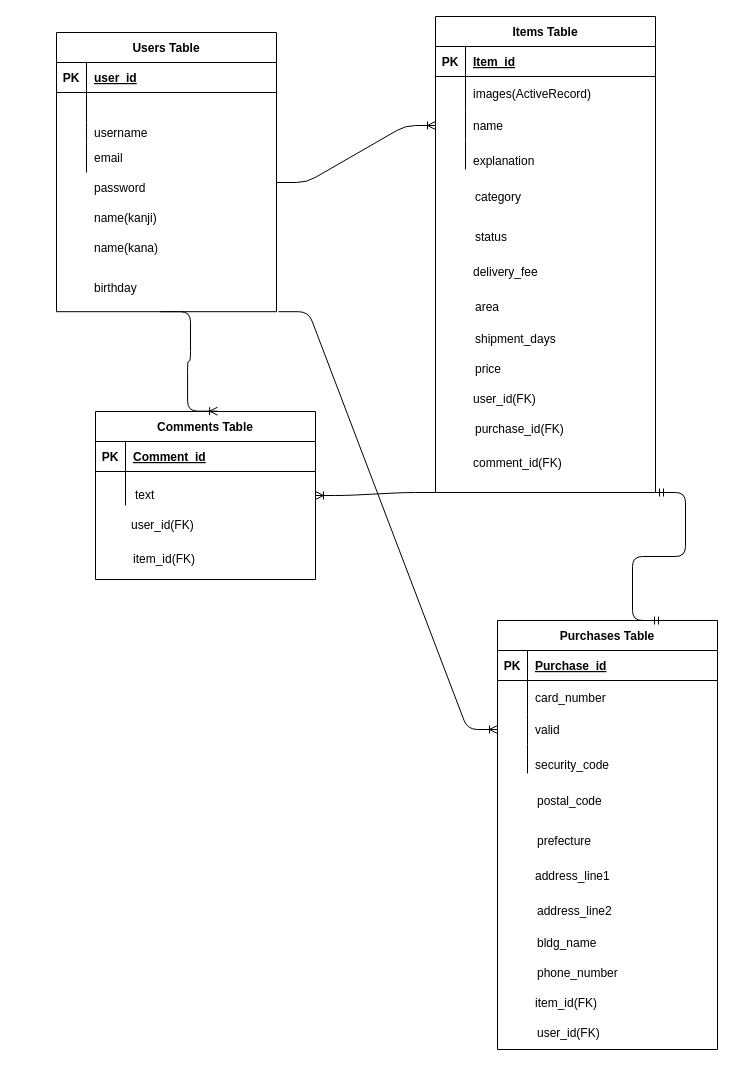
Before: furima.drawio in hiroonrails/furima-34323, a draw.io diagram. Source tidied: cells renumbered, new cells numbered last; positions are measured from the earlier drawing's top-left corner, leaving out a move shared by most shapes. Both pictures are drawn from the tidied source at 100%, with x=0, y=0 at pixel (56, 16).
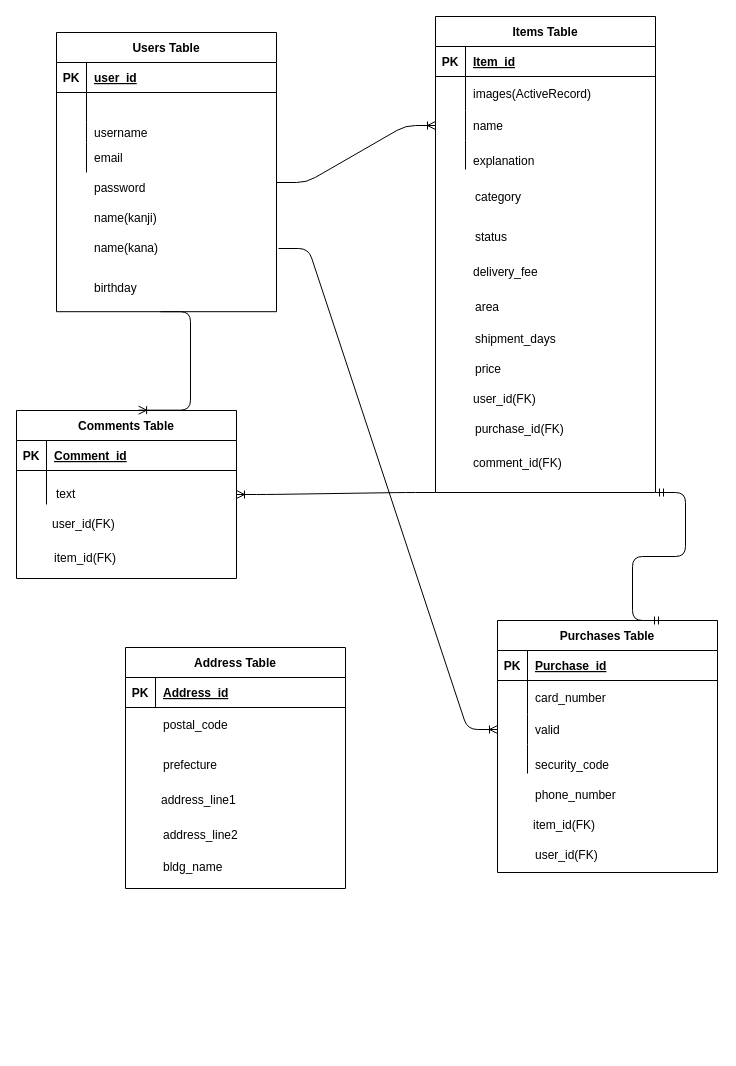
The same page after the edit.

Commit message (it also covers changes not shown here):
DB設計(修正後)

Unchanged cells that the change refers to:
```xml
<mxCell id="50" style="shape=partialRectangle;fillColor=none;top=0;left=0;bottom=0;right=0;points=[[0,0.5],[1,0.5]];portConstraint=eastwest;" parent="43" vertex="1">
  <mxGeometry y="94" width="220" height="30" as="geometry" />
</mxCell>
```

The edit, as a diff of the source:
```diff
@@
     <mxCell id="43" value="Purchases Table" style="shape=table;startSize=30;childLayout=tableLayout;rowLines=0;fontStyle=1;align=center;" parent="1" vertex="1">
-      <mxGeometry x="441" y="604" width="220" height="429" as="geometry" />
+      <mxGeometry x="441" y="604" width="220" height="252" as="geometry" />
     </mxCell>
@@
-    <mxCell id="58" value="postal_code" style="shape=partialRectangle;fillColor=none;top=0;left=0;bottom=0;right=0;align=left;spacingLeft=6;overflow=hidden;" parent="1" vertex="1">
-      <mxGeometry x="473" y="769" width="190" height="30" as="geometry" />
-    </mxCell>
-    <mxCell id="59" value="prefecture" style="shape=partialRectangle;fillColor=none;top=0;left=0;bottom=0;right=0;align=left;spacingLeft=6;overflow=hidden;" parent="1" vertex="1">
-      <mxGeometry x="473" y="809" width="190" height="30" as="geometry" />
-    </mxCell>
-    <mxCell id="60" value="address_line1" style="shape=partialRectangle;fillColor=none;top=0;left=0;bottom=0;right=0;align=left;spacingLeft=6;overflow=hidden;" parent="1" vertex="1">
-      <mxGeometry x="471" y="844.2" width="190" height="30" as="geometry" />
-    </mxCell>
-    <mxCell id="61" value="address_line2" style="shape=partialRectangle;fillColor=none;top=0;left=0;bottom=0;right=0;align=left;spacingLeft=6;overflow=hidden;" parent="1" vertex="1">
-      <mxGeometry x="473" y="879" width="190" height="30" as="geometry" />
-    </mxCell>
-    <mxCell id="62" value="bldg_name" style="shape=partialRectangle;fillColor=none;top=0;left=0;bottom=0;right=0;align=left;spacingLeft=6;overflow=hidden;" parent="1" vertex="1">
-      <mxGeometry x="473" y="911" width="190" height="30" as="geometry" />
-    </mxCell>
     <mxCell id="63" value="phone_number" style="shape=partialRectangle;fillColor=none;top=0;left=0;bottom=0;right=0;align=left;spacingLeft=6;overflow=hidden;" parent="1" vertex="1">
-      <mxGeometry x="473" y="941" width="190" height="30" as="geometry" />
+      <mxGeometry x="471" y="763" width="190" height="30" as="geometry" />
     </mxCell>
     <mxCell id="64" value="item_id(FK)" style="shape=partialRectangle;fillColor=none;top=0;left=0;bottom=0;right=0;align=left;spacingLeft=6;overflow=hidden;" parent="1" vertex="1">
-      <mxGeometry x="471" y="971" width="190" height="30" as="geometry" />
+      <mxGeometry x="469" y="793" width="190" height="30" as="geometry" />
     </mxCell>
     <mxCell id="65" value="user_id(FK)" style="shape=partialRectangle;fillColor=none;top=0;left=0;bottom=0;right=0;align=left;spacingLeft=6;overflow=hidden;" parent="1" vertex="1">
-      <mxGeometry x="473" y="1001" width="190" height="30" as="geometry" />
+      <mxGeometry x="471" y="823" width="190" height="30" as="geometry" />
     </mxCell>
     <mxCell id="66" value="Comments Table" style="shape=table;startSize=30;childLayout=tableLayout;rowLines=0;fontStyle=1;align=center;" parent="1" vertex="1">
-      <mxGeometry x="39" y="395" width="220" height="168" as="geometry" />
+      <mxGeometry x="-40" y="394" width="220" height="168" as="geometry" />
     </mxCell>
@@
     <mxCell id="73" value="user_id(FK)" style="shape=partialRectangle;fillColor=none;top=0;left=0;bottom=0;right=0;align=left;spacingLeft=6;overflow=hidden;" parent="1" vertex="1">
-      <mxGeometry x="67" y="493" width="190" height="30" as="geometry" />
+      <mxGeometry x="-12" y="492" width="190" height="30" as="geometry" />
     </mxCell>
@@
     <mxCell id="75" style="edgeStyle=entityRelationEdgeStyle;fontSize=12;html=1;endArrow=ERoneToMany;entryX=0;entryY=0.5;entryDx=0;entryDy=0;" parent="1" edge="1" target="50">
       <mxGeometry relative="1" as="geometry">
-        <mxPoint x="222" y="295.2" as="sourcePoint" />
+        <mxPoint x="222" y="232" as="sourcePoint" />
       </mxGeometry>
     </mxCell>
@@
     <mxCell id="79" value="item_id(FK)" style="shape=partialRectangle;fillColor=none;top=0;left=0;bottom=0;right=0;align=left;spacingLeft=6;overflow=hidden;" parent="1" vertex="1">
-      <mxGeometry x="69" y="527" width="190" height="30" as="geometry" />
+      <mxGeometry x="-10" y="526" width="190" height="30" as="geometry" />
     </mxCell>
     <mxCell id="80" value="text" style="shape=partialRectangle;fillColor=none;top=0;left=0;bottom=0;right=0;align=left;spacingLeft=6;overflow=hidden;" parent="1" vertex="1">
-      <mxGeometry x="71" y="461" width="190" height="34" as="geometry" />
+      <mxGeometry x="-8" y="460" width="190" height="34" as="geometry" />
     </mxCell>
+    <mxCell id="81" value="Address Table" style="shape=table;startSize=30;childLayout=tableLayout;rowLines=0;fontStyle=1;align=center;" parent="1" vertex="1">
+      <mxGeometry x="69" y="631" width="220" height="241" as="geometry" />
+    </mxCell>
+    <mxCell id="82" style="shape=partialRectangle;fillColor=none;top=0;left=0;bottom=1;right=0;" parent="81" vertex="1">
+      <mxGeometry y="30" width="220" height="30" as="geometry" />
+    </mxCell>
+    <mxCell id="83" value="PK" style="shape=partialRectangle;fillColor=none;top=0;left=0;bottom=0;right=0;fontStyle=1;overflow=hidden;" parent="82" vertex="1">
+      <mxGeometry width="30" height="30" as="geometry" />
+    </mxCell>
+    <mxCell id="84" value="Address_id" style="shape=partialRectangle;fillColor=none;top=0;left=0;bottom=0;right=0;align=left;spacingLeft=6;fontStyle=5;overflow=hidden;" parent="82" vertex="1">
+      <mxGeometry x="30" width="190" height="30" as="geometry" />
+    </mxCell>
+    <mxCell id="58" value="postal_code" style="shape=partialRectangle;fillColor=none;top=0;left=0;bottom=0;right=0;align=left;spacingLeft=6;overflow=hidden;" parent="1" vertex="1">
+      <mxGeometry x="99" y="693" width="190" height="30" as="geometry" />
+    </mxCell>
+    <mxCell id="59" value="prefecture" style="shape=partialRectangle;fillColor=none;top=0;left=0;bottom=0;right=0;align=left;spacingLeft=6;overflow=hidden;" parent="1" vertex="1">
+      <mxGeometry x="99" y="733" width="190" height="30" as="geometry" />
+    </mxCell>
+    <mxCell id="60" value="address_line1" style="shape=partialRectangle;fillColor=none;top=0;left=0;bottom=0;right=0;align=left;spacingLeft=6;overflow=hidden;" parent="1" vertex="1">
+      <mxGeometry x="97" y="768.2" width="190" height="30" as="geometry" />
+    </mxCell>
+    <mxCell id="61" value="address_line2" style="shape=partialRectangle;fillColor=none;top=0;left=0;bottom=0;right=0;align=left;spacingLeft=6;overflow=hidden;" parent="1" vertex="1">
+      <mxGeometry x="99" y="803" width="190" height="30" as="geometry" />
+    </mxCell>
+    <mxCell id="62" value="bldg_name" style="shape=partialRectangle;fillColor=none;top=0;left=0;bottom=0;right=0;align=left;spacingLeft=6;overflow=hidden;" parent="1" vertex="1">
+      <mxGeometry x="99" y="835" width="190" height="30" as="geometry" />
+    </mxCell>
```
